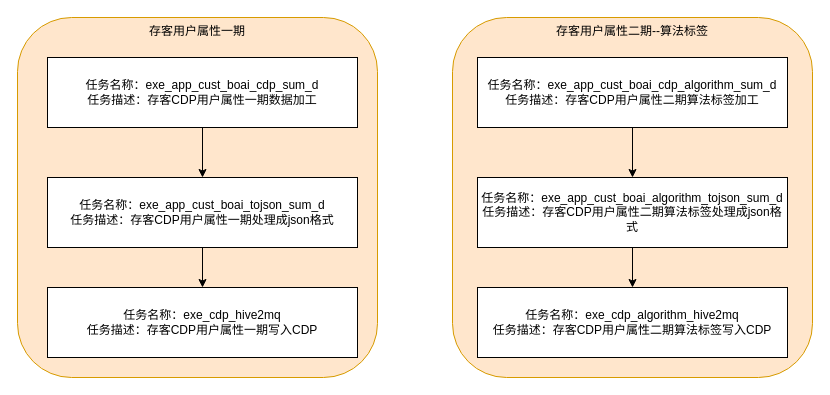
Above: cdp数据处理流程.drawio in tristayan/ck (draw.io), before the change. Source tidied: cells renumbered, new cells numbered last; positions are measured from the earlier drawing's top-left corner, leaving out a move shared by most shapes. Both pictures are drawn from the tidied source at 100%, with x=0, y=0 at pixel (17, 17).
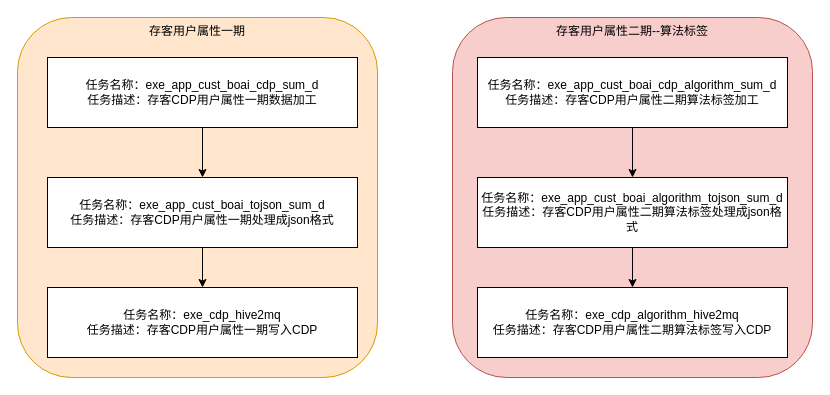
The same diagram, later.

Commit message:
更新cdp数据处理流程.drawio

What changed in the source:
```diff
@@
 <mxGraphModel>
   <root>
     <mxCell id="0" />
     <mxCell id="1" parent="0" />
-    <mxCell id="2" value="存客用户属性二期--算法标签" style="rounded=1;whiteSpace=wrap;html=1;verticalAlign=top;fillColor=#ffe6cc;strokeColor=#d79b00;" parent="1" vertex="1">
+    <mxCell id="2" value="存客用户属性二期--算法标签" style="rounded=1;whiteSpace=wrap;html=1;verticalAlign=top;fillColor=#f8cecc;strokeColor=#b85450;" parent="1" vertex="1">
       <mxGeometry x="435" width="360" height="360" as="geometry" />
     </mxCell>
     <mxCell id="3" value="存客用户属性一期" style="rounded=1;whiteSpace=wrap;html=1;verticalAlign=top;fillColor=#ffe6cc;strokeColor=#d79b00;" parent="1" vertex="1">
       <mxGeometry width="360" height="360" as="geometry" />
     </mxCell>
     <mxCell id="4" style="edgeStyle=orthogonalEdgeStyle;rounded=0;jettySize=auto;html=1;" parent="1" edge="1" source="5" target="7">
       <mxGeometry relative="1" as="geometry" />
     </mxCell>
     <mxCell id="5" value="任务名称：exe_app_cust_boai_cdp_sum_d&lt;div&gt;任务描述：存客CDP用户属性一期数据加工&lt;/div&gt;" style="rounded=0;whiteSpace=wrap;html=1;" parent="1" vertex="1">
       <mxGeometry x="30" y="40" width="310" height="70" as="geometry" />
     </mxCell>
     <mxCell id="6" style="edgeStyle=orthogonalEdgeStyle;rounded=0;jettySize=auto;html=1;" parent="1" edge="1" source="7" target="8">
       <mxGeometry relative="1" as="geometry" />
     </mxCell>
     <mxCell id="7" value="任务名称：exe_app_cust_boai_tojson_sum_d&lt;div&gt;任务描述：存客CDP用户属性一期处理成json格式&lt;/div&gt;" style="rounded=0;whiteSpace=wrap;html=1;" parent="1" vertex="1">
       <mxGeometry x="30" y="160" width="310" height="70" as="geometry" />
     </mxCell>
     <mxCell id="8" value="任务名称：exe_cdp_hive2mq&lt;div&gt;任务描述：存客CDP用户属性一期写入CDP&lt;/div&gt;" style="rounded=0;whiteSpace=wrap;html=1;" parent="1" vertex="1">
       <mxGeometry x="30" y="270" width="310" height="70" as="geometry" />
     </mxCell>
     <mxCell id="9" style="edgeStyle=orthogonalEdgeStyle;rounded=0;jettySize=auto;html=1;" parent="1" edge="1" source="10" target="12">
       <mxGeometry relative="1" as="geometry" />
     </mxCell>
     <mxCell id="10" value="任务名称：exe_app_cust_boai_cdp_algorithm_sum_d&lt;div&gt;任务描述：存客CDP用户属性二期算法标签加工&lt;/div&gt;" style="rounded=0;whiteSpace=wrap;html=1;" parent="1" vertex="1">
       <mxGeometry x="460" y="40" width="310" height="70" as="geometry" />
     </mxCell>
     <mxCell id="11" style="edgeStyle=orthogonalEdgeStyle;rounded=0;jettySize=auto;html=1;" parent="1" edge="1" source="12" target="13">
       <mxGeometry relative="1" as="geometry" />
     </mxCell>
     <mxCell id="12" value="任务名称：exe_app_cust_boai_algorithm_tojson_sum_d&lt;div&gt;任务描述：存客CDP用户属性二期算法标签处理成json格式&lt;/div&gt;" style="rounded=0;whiteSpace=wrap;html=1;" parent="1" vertex="1">
       <mxGeometry x="460" y="160" width="310" height="70" as="geometry" />
     </mxCell>
     <mxCell id="13" value="任务名称：exe_cdp_algorithm_hive2mq&lt;div&gt;任务描述：存客CDP用户属性二期算法标签写入CDP&lt;/div&gt;" style="rounded=0;whiteSpace=wrap;html=1;" parent="1" vertex="1">
       <mxGeometry x="460" y="270" width="310" height="70" as="geometry" />
     </mxCell>
   </root>
 </mxGraphModel>
```
